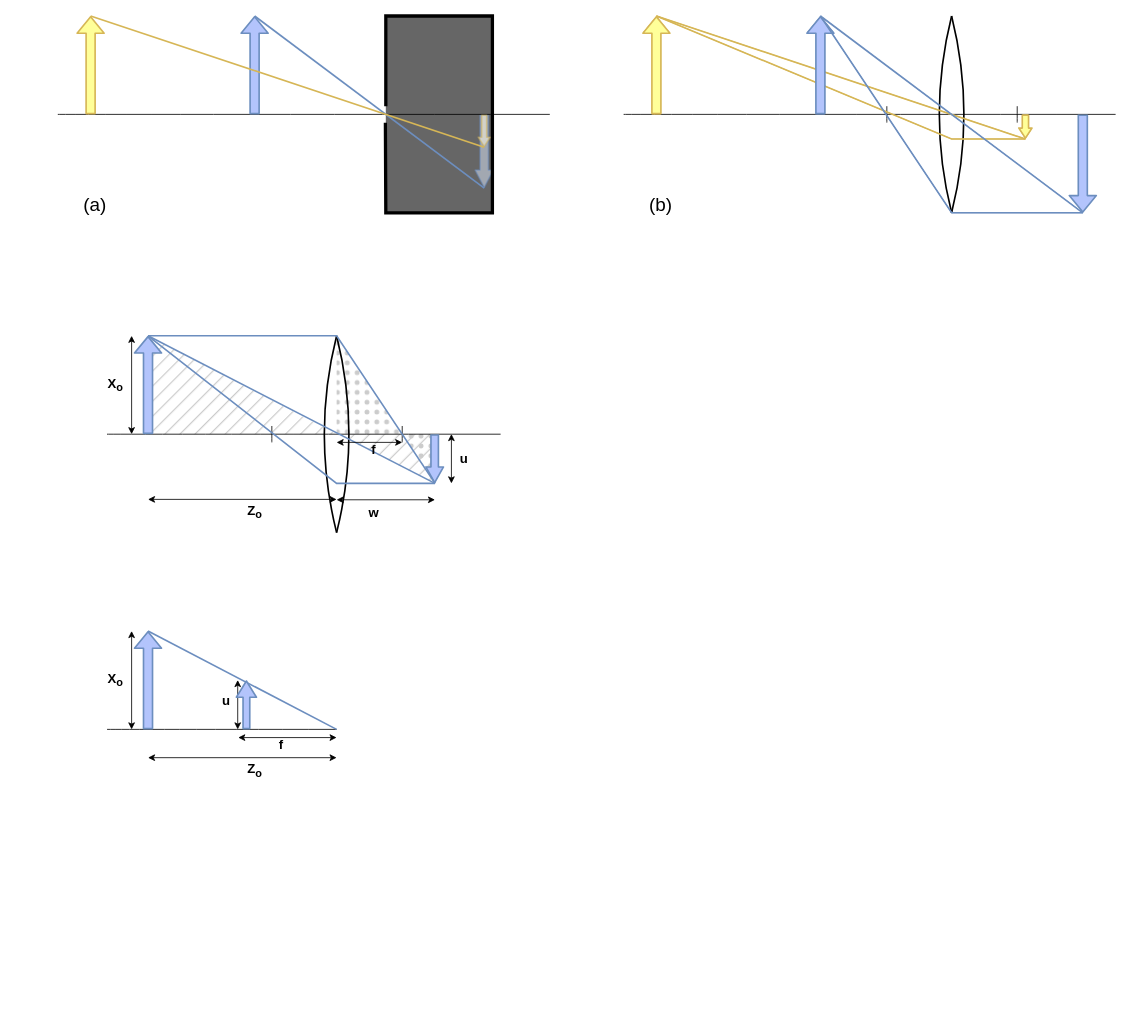
davidpagnon/These_David_Pagnon keeps this draw.io diagram as Thesis/Chap2/Figures/Chap2_2.drawio. Above is the earlier version. Source tidied: cells renumbered, new cells numbered last; positions are measured from the earlier drawing's top-left corner, leaving out a move shared by most shapes. Both pictures are drawn from the tidied source at 82%, with x=0, y=0 at pixel (57, 16).
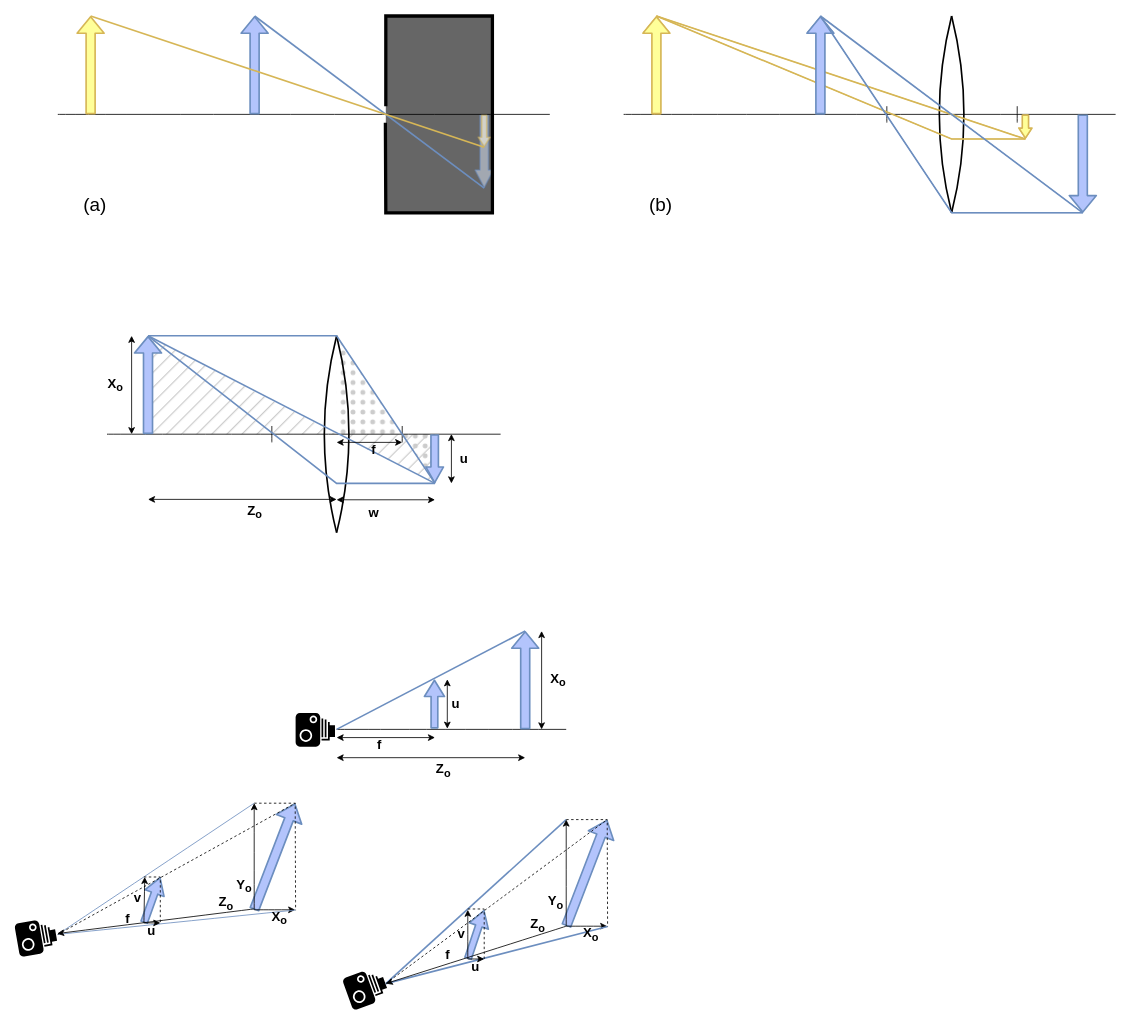
Above is the later version.

Diff of the diagram source:
```diff
@@
     <mxCell id="35" style="endArrow=none;html=1;strokeColor=#000000;curved=1;" parent="1" edge="1">
       <mxGeometry relative="1" as="geometry">
-        <mxPoint x="60" y="870" as="sourcePoint" />
-        <mxPoint x="340" y="870" as="targetPoint" />
+        <mxPoint x="340" y="870" as="sourcePoint" />
+        <mxPoint x="620" y="870" as="targetPoint" />
       </mxGeometry>
     </mxCell>
-    <mxCell id="36" style="shape=flexArrow;endArrow=classic;html=1;strokeColor=#6c8ebf;curved=1;fillColor=#B3C4FC;strokeWidth=2;" parent="1" edge="1">
-      <mxGeometry relative="1" as="geometry">
-        <mxPoint x="110" y="870" as="sourcePoint" />
-        <mxPoint x="110" y="750" as="targetPoint" />
-      </mxGeometry>
-    </mxCell>
     <mxCell id="37" style="endArrow=none;html=1;strokeColor=#6c8ebf;curved=1;fillColor=#dae8fc;shadow=0;sketch=0;strokeWidth=2;" parent="1" edge="1">
       <mxGeometry relative="1" as="geometry">
         <mxPoint x="340" y="870" as="sourcePoint" />
-        <mxPoint x="110" y="750" as="targetPoint" />
+        <mxPoint x="570" y="750" as="targetPoint" />
       </mxGeometry>
     </mxCell>
     <mxCell id="38" value="&lt;span style=&quot;font-size: 16px;&quot;&gt;&lt;font style=&quot;font-size: 16px;&quot;&gt;X&lt;/font&gt;&lt;/span&gt;&lt;sub&gt;o&lt;/sub&gt;" style="text;html=1;align=center;verticalAlign=middle;strokeColor=none;fillColor=none;fontSize=16;fontStyle=1;" parent="1" vertex="1">
-      <mxGeometry x="50" y="790" width="40" height="40" as="geometry" />
+      <mxGeometry x="590" y="790" width="40" height="40" as="geometry" />
     </mxCell>
     <mxCell id="39" value="Z&lt;sub&gt;o&lt;/sub&gt;" style="text;html=1;align=center;verticalAlign=middle;strokeColor=none;fillColor=none;fontSize=16;fontStyle=1;" parent="1" vertex="1">
-      <mxGeometry x="220" y="900" width="40" height="40" as="geometry" />
+      <mxGeometry x="450" y="900" width="40" height="40" as="geometry" />
     </mxCell>
     <mxCell id="40" value="f" style="text;html=1;align=center;verticalAlign=middle;strokeColor=none;fillColor=none;fontSize=16;fontStyle=1;" parent="1" vertex="1">
-      <mxGeometry x="257" y="874" width="30" height="30" as="geometry" />
+      <mxGeometry x="377" y="874" width="30" height="30" as="geometry" />
     </mxCell>
     <mxCell id="41" value="u" style="text;html=1;align=center;verticalAlign=middle;strokeColor=none;fillColor=none;fontSize=16;fontStyle=1;" parent="1" vertex="1">
-      <mxGeometry x="190" y="820" width="30" height="30" as="geometry" />
+      <mxGeometry x="470" y="824" width="30" height="30" as="geometry" />
     </mxCell>
     <mxCell id="42" style="endArrow=classic;startArrow=classic;html=1;rounded=0;shadow=0;sketch=0;strokeColor=#000000;strokeWidth=1;fontSize=16;fillColor=#FFFAE3;gradientColor=none;" parent="1" edge="1">
       <mxGeometry relative="1" as="geometry">
-        <mxPoint x="90" y="870" as="sourcePoint" />
-        <mxPoint x="90" y="750" as="targetPoint" />
+        <mxPoint x="590" y="870" as="sourcePoint" />
+        <mxPoint x="590" y="750" as="targetPoint" />
       </mxGeometry>
     </mxCell>
     <mxCell id="43" style="endArrow=classic;startArrow=classic;html=1;rounded=0;shadow=0;sketch=0;strokeColor=#000000;strokeWidth=1;fontSize=16;fillColor=#FFFAE3;gradientColor=none;" parent="1" edge="1">
       <mxGeometry relative="1" as="geometry">
-        <mxPoint x="219.4" y="870" as="sourcePoint" />
-        <mxPoint x="219.4" y="809.8" as="targetPoint" />
+        <mxPoint x="475" y="869.1" as="sourcePoint" />
+        <mxPoint x="475" y="808.9" as="targetPoint" />
       </mxGeometry>
     </mxCell>
     <mxCell id="44" style="endArrow=classic;startArrow=classic;html=1;rounded=0;shadow=0;sketch=0;strokeColor=#000000;strokeWidth=1;fontSize=16;fillColor=#FFFAE3;gradientColor=none;" parent="1" edge="1">
       <mxGeometry relative="1" as="geometry">
-        <mxPoint x="110" y="904.5" as="sourcePoint" />
-        <mxPoint x="340" y="904.5" as="targetPoint" />
+        <mxPoint x="340" y="904.5" as="sourcePoint" />
+        <mxPoint x="570" y="904.5" as="targetPoint" />
       </mxGeometry>
     </mxCell>
     <mxCell id="45" style="endArrow=classic;startArrow=classic;html=1;rounded=0;shadow=0;sketch=0;strokeColor=#000000;strokeWidth=1;fontSize=16;fillColor=#FFFAE3;gradientColor=none;" parent="1" edge="1">
       <mxGeometry relative="1" as="geometry">
-        <mxPoint x="220" y="880" as="sourcePoint" />
-        <mxPoint x="340" y="880" as="targetPoint" />
+        <mxPoint x="340" y="880" as="sourcePoint" />
+        <mxPoint x="460" y="880" as="targetPoint" />
       </mxGeometry>
     </mxCell>
     <mxCell id="46" style="shape=flexArrow;endArrow=classic;html=1;strokeColor=#6c8ebf;curved=1;fillColor=#B3C4FC;strokeWidth=2;width=7.2;endSize=5.932;endWidth=14.319999999999999;" parent="1" edge="1">
       <mxGeometry relative="1" as="geometry">
-        <mxPoint x="230" y="870" as="sourcePoint" />
-        <mxPoint x="230" y="810" as="targetPoint" />
+        <mxPoint x="459.3" y="869.1" as="sourcePoint" />
+        <mxPoint x="459.3" y="809.1" as="targetPoint" />
       </mxGeometry>
     </mxCell>
@@
+    <mxCell id="69" style="shape=flexArrow;endArrow=classic;html=1;strokeColor=#6c8ebf;curved=1;fillColor=#B3C4FC;strokeWidth=2;" parent="1" edge="1">
+      <mxGeometry relative="1" as="geometry">
+        <mxPoint x="570" y="870" as="sourcePoint" />
+        <mxPoint x="570" y="750" as="targetPoint" />
+      </mxGeometry>
+    </mxCell>
+    <mxCell id="70" style="shape=mxgraph.signs.tech.camera_1;html=1;fillColor=#000000;strokeColor=none;verticalLabelPosition=bottom;verticalAlign=top;align=center;rotation=-20;" parent="1" vertex="1">
+      <mxGeometry x="352" y="1165" width="48" height="41.1" as="geometry" />
+    </mxCell>
+    <mxCell id="71" style="endArrow=none;html=1;strokeColor=#6c8ebf;curved=1;fillColor=#dae8fc;shadow=0;sketch=0;strokeWidth=2;" parent="1" edge="1">
+      <mxGeometry relative="1" as="geometry">
+        <mxPoint x="400" y="1180" as="sourcePoint" />
+        <mxPoint x="620" y="980" as="targetPoint" />
+      </mxGeometry>
+    </mxCell>
+    <mxCell id="72" value="Z&lt;sub&gt;o&lt;/sub&gt;" style="text;html=1;align=center;verticalAlign=middle;strokeColor=none;fillColor=none;fontSize=16;fontStyle=1;" parent="1" vertex="1">
+      <mxGeometry x="565" y="1089" width="40" height="40" as="geometry" />
+    </mxCell>
+    <mxCell id="73" value="&lt;span style=&quot;font-size: 16px;&quot;&gt;&lt;font style=&quot;font-size: 16px;&quot;&gt;Y&lt;/font&gt;&lt;/span&gt;&lt;sub&gt;o&lt;/sub&gt;" style="text;html=1;align=center;verticalAlign=middle;strokeColor=none;fillColor=none;fontSize=16;fontStyle=1;" parent="1" vertex="1">
+      <mxGeometry x="587" y="1061" width="40" height="40" as="geometry" />
+    </mxCell>
+    <mxCell id="74" value="f" style="text;html=1;align=center;verticalAlign=middle;strokeColor=none;fillColor=none;fontSize=16;fontStyle=1;" parent="1" vertex="1">
+      <mxGeometry x="460" y="1129" width="30" height="30" as="geometry" />
+    </mxCell>
+    <mxCell id="75" value="u" style="text;html=1;align=center;verticalAlign=middle;strokeColor=none;fillColor=none;fontSize=16;fontStyle=1;" parent="1" vertex="1">
+      <mxGeometry x="494" y="1144" width="30" height="30" as="geometry" />
+    </mxCell>
+    <mxCell id="76" style="shape=flexArrow;endArrow=classic;html=1;strokeColor=#6c8ebf;curved=1;fillColor=#B3C4FC;strokeWidth=2;width=7.2;endSize=5.932;endWidth=14.319999999999999;" parent="1" edge="1">
+      <mxGeometry relative="1" as="geometry">
+        <mxPoint x="500" y="1150" as="sourcePoint" />
+        <mxPoint x="520" y="1090" as="targetPoint" />
+      </mxGeometry>
+    </mxCell>
+    <mxCell id="77" style="shape=flexArrow;endArrow=classic;html=1;strokeColor=#6c8ebf;curved=1;fillColor=#B3C4FC;strokeWidth=2;" parent="1" edge="1">
+      <mxGeometry relative="1" as="geometry">
+        <mxPoint x="620" y="1110" as="sourcePoint" />
+        <mxPoint x="670" y="980" as="targetPoint" />
+      </mxGeometry>
+    </mxCell>
+    <mxCell id="78" style="endArrow=classic;html=1;strokeColor=#000000;curved=1;" parent="1" edge="1">
+      <mxGeometry relative="1" as="geometry">
+        <mxPoint x="620" y="1110" as="sourcePoint" />
+        <mxPoint x="670" y="1110" as="targetPoint" />
+      </mxGeometry>
+    </mxCell>
+    <mxCell id="79" style="endArrow=classic;html=1;strokeColor=#000000;curved=1;" parent="1" edge="1">
+      <mxGeometry relative="1" as="geometry">
+        <mxPoint x="620" y="1110" as="sourcePoint" />
+        <mxPoint x="620" y="980" as="targetPoint" />
+      </mxGeometry>
+    </mxCell>
+    <mxCell id="80" style="endArrow=none;html=1;strokeColor=#6c8ebf;curved=1;fillColor=#dae8fc;shadow=0;sketch=0;strokeWidth=2;entryX=1.012;entryY=0.257;entryDx=0;entryDy=0;entryPerimeter=0;" parent="1" edge="1" target="83">
+      <mxGeometry relative="1" as="geometry">
+        <mxPoint x="400" y="1180" as="sourcePoint" />
+      </mxGeometry>
+    </mxCell>
+    <mxCell id="81" style="endArrow=classic;html=1;strokeColor=#000000;curved=1;" parent="1" edge="1">
+      <mxGeometry relative="1" as="geometry">
+        <mxPoint x="500" y="1150" as="sourcePoint" />
+        <mxPoint x="500" y="1090" as="targetPoint" />
+      </mxGeometry>
+    </mxCell>
+    <mxCell id="82" style="endArrow=classic;html=1;strokeColor=#000000;curved=1;" parent="1" edge="1">
+      <mxGeometry relative="1" as="geometry">
+        <mxPoint x="500" y="1150" as="sourcePoint" />
+        <mxPoint x="520" y="1150" as="targetPoint" />
+      </mxGeometry>
+    </mxCell>
+    <mxCell id="83" value="&lt;span style=&quot;font-size: 16px;&quot;&gt;&lt;font style=&quot;font-size: 16px;&quot;&gt;X&lt;/font&gt;&lt;/span&gt;&lt;sub&gt;o&lt;/sub&gt;" style="text;html=1;align=center;verticalAlign=middle;points=[];strokeColor=none;fillColor=none;fontSize=16;fontStyle=1;" parent="1" vertex="1">
+      <mxGeometry x="630" y="1100" width="40" height="40" as="geometry" />
+    </mxCell>
+    <mxCell id="84" style="endArrow=classic;html=1;strokeColor=#000000;curved=1;" parent="1" edge="1">
+      <mxGeometry relative="1" as="geometry">
+        <mxPoint x="620" y="1110" as="sourcePoint" />
+        <mxPoint x="400" y="1180" as="targetPoint" />
+      </mxGeometry>
+    </mxCell>
+    <mxCell id="85" value="v" style="text;html=1;align=center;verticalAlign=middle;strokeColor=none;fillColor=none;fontSize=16;fontStyle=1;" parent="1" vertex="1">
+      <mxGeometry x="477" y="1104" width="30" height="30" as="geometry" />
+    </mxCell>
+    <mxCell id="86" style="endArrow=none;dashed=1;html=1;rounded=0;entryX=1.012;entryY=0.264;entryDx=0;entryDy=0;entryPerimeter=0;" parent="1" edge="1" target="83">
+      <mxGeometry relative="1" as="geometry">
+        <mxPoint x="620" y="980" as="sourcePoint" />
+        <Array as="points">
+          <mxPoint x="670" y="980" />
+        </Array>
+      </mxGeometry>
+    </mxCell>
+    <mxCell id="87" style="endArrow=none;dashed=1;html=1;rounded=0;" parent="1" edge="1">
+      <mxGeometry relative="1" as="geometry">
+        <mxPoint x="500" y="1089" as="sourcePoint" />
+        <mxPoint x="520" y="1150" as="targetPoint" />
+        <Array as="points">
+          <mxPoint x="520" y="1089" />
+        </Array>
+      </mxGeometry>
+    </mxCell>
+    <mxCell id="88" style="endArrow=none;dashed=1;html=1;rounded=0;" parent="1" edge="1">
+      <mxGeometry relative="1" as="geometry">
+        <mxPoint x="400" y="1180" as="sourcePoint" />
+        <mxPoint x="670" y="980" as="targetPoint" />
+      </mxGeometry>
+    </mxCell>
+    <mxCell id="89" style="shape=mxgraph.signs.tech.camera_1;html=1;fillColor=#000000;strokeColor=none;verticalLabelPosition=bottom;verticalAlign=top;align=center;" parent="1" vertex="1">
+      <mxGeometry x="290" y="850" width="48" height="41.1" as="geometry" />
+    </mxCell>
+    <mxCell id="90" style="shape=mxgraph.signs.tech.camera_1;html=1;fillColor=#000000;strokeColor=none;verticalLabelPosition=bottom;verticalAlign=top;align=center;rotation=-10;" parent="1" vertex="1">
+      <mxGeometry x="-50" y="1102.9" width="48" height="41.1" as="geometry" />
+    </mxCell>
+    <mxCell id="91" style="endArrow=none;html=1;strokeColor=#6c8ebf;curved=1;fillColor=#dae8fc;shadow=0;sketch=0;strokeWidth=1;" parent="1" edge="1">
+      <mxGeometry relative="1" as="geometry">
+        <mxPoint y="1120" as="sourcePoint" />
+        <mxPoint x="239.5" y="960" as="targetPoint" />
+      </mxGeometry>
+    </mxCell>
+    <mxCell id="92" value="Z&lt;sub&gt;o&lt;/sub&gt;" style="text;html=1;align=center;verticalAlign=middle;strokeColor=none;fillColor=none;fontSize=16;fontStyle=1;" parent="1" vertex="1">
+      <mxGeometry x="184.5" y="1061.5" width="40" height="40" as="geometry" />
+    </mxCell>
+    <mxCell id="93" value="&lt;span style=&quot;font-size: 16px;&quot;&gt;&lt;font style=&quot;font-size: 16px;&quot;&gt;Y&lt;/font&gt;&lt;/span&gt;&lt;sub&gt;o&lt;/sub&gt;" style="text;html=1;align=center;verticalAlign=middle;strokeColor=none;fillColor=none;fontSize=16;fontStyle=1;" parent="1" vertex="1">
+      <mxGeometry x="206.5" y="1041" width="40" height="40" as="geometry" />
+    </mxCell>
+    <mxCell id="94" value="f" style="text;html=1;align=center;verticalAlign=middle;strokeColor=none;fillColor=none;fontSize=16;fontStyle=1;" parent="1" vertex="1">
+      <mxGeometry x="70" y="1085" width="30" height="30" as="geometry" />
+    </mxCell>
+    <mxCell id="95" value="u" style="text;html=1;align=center;verticalAlign=middle;strokeColor=none;fillColor=none;fontSize=16;fontStyle=1;" parent="1" vertex="1">
+      <mxGeometry x="99" y="1100" width="30" height="30" as="geometry" />
+    </mxCell>
+    <mxCell id="96" style="shape=flexArrow;endArrow=classic;html=1;strokeColor=#6c8ebf;curved=1;fillColor=#B3C4FC;strokeWidth=2;width=7.2;endSize=5.932;endWidth=14.319999999999999;" parent="1" edge="1">
+      <mxGeometry relative="1" as="geometry">
+        <mxPoint x="105" y="1106" as="sourcePoint" />
+        <mxPoint x="125" y="1050" as="targetPoint" />
+      </mxGeometry>
+    </mxCell>
+    <mxCell id="97" style="shape=flexArrow;endArrow=classic;html=1;strokeColor=#6c8ebf;curved=1;fillColor=#B3C4FC;strokeWidth=2;" parent="1" edge="1">
+      <mxGeometry relative="1" as="geometry">
+        <mxPoint x="239.5" y="1090" as="sourcePoint" />
+        <mxPoint x="289.5" y="960" as="targetPoint" />
+      </mxGeometry>
+    </mxCell>
+    <mxCell id="98" style="endArrow=classic;html=1;strokeColor=#000000;curved=1;" parent="1" edge="1">
+      <mxGeometry relative="1" as="geometry">
+        <mxPoint x="239.5" y="1090" as="sourcePoint" />
+        <mxPoint x="289.5" y="1090" as="targetPoint" />
+      </mxGeometry>
+    </mxCell>
+    <mxCell id="99" style="endArrow=classic;html=1;strokeColor=#000000;curved=1;" parent="1" edge="1">
+      <mxGeometry relative="1" as="geometry">
+        <mxPoint x="239.5" y="1090" as="sourcePoint" />
+        <mxPoint x="239.5" y="960" as="targetPoint" />
+      </mxGeometry>
+    </mxCell>
+    <mxCell id="100" style="endArrow=none;html=1;strokeColor=#6c8ebf;curved=1;fillColor=#dae8fc;shadow=0;sketch=0;strokeWidth=1;entryX=1.012;entryY=0.257;entryDx=0;entryDy=0;entryPerimeter=0;" parent="1" edge="1" target="103">
+      <mxGeometry relative="1" as="geometry">
+        <mxPoint y="1120" as="sourcePoint" />
+      </mxGeometry>
+    </mxCell>
+    <mxCell id="101" style="endArrow=classic;html=1;strokeColor=#000000;curved=1;" parent="1" edge="1">
+      <mxGeometry relative="1" as="geometry">
+        <mxPoint x="105" y="1106" as="sourcePoint" />
+        <mxPoint x="106" y="1050" as="targetPoint" />
+      </mxGeometry>
+    </mxCell>
+    <mxCell id="102" style="endArrow=classic;html=1;strokeColor=#000000;curved=1;" parent="1" edge="1">
+      <mxGeometry relative="1" as="geometry">
+        <mxPoint x="105" y="1106" as="sourcePoint" />
+        <mxPoint x="125" y="1106" as="targetPoint" />
+      </mxGeometry>
+    </mxCell>
+    <mxCell id="103" value="&lt;span style=&quot;font-size: 16px;&quot;&gt;&lt;font style=&quot;font-size: 16px;&quot;&gt;X&lt;/font&gt;&lt;/span&gt;&lt;sub&gt;o&lt;/sub&gt;" style="text;html=1;align=center;verticalAlign=middle;points=[];strokeColor=none;fillColor=none;fontSize=16;fontStyle=1;" parent="1" vertex="1">
+      <mxGeometry x="249.5" y="1080" width="40" height="40" as="geometry" />
+    </mxCell>
+    <mxCell id="104" style="endArrow=classic;html=1;strokeColor=#000000;curved=1;" parent="1" edge="1">
+      <mxGeometry relative="1" as="geometry">
+        <mxPoint x="238.8" y="1089" as="sourcePoint" />
+        <mxPoint x="-0.8" y="1119" as="targetPoint" />
+      </mxGeometry>
+    </mxCell>
+    <mxCell id="105" value="v" style="text;html=1;align=center;verticalAlign=middle;strokeColor=none;fillColor=none;fontSize=16;fontStyle=1;" parent="1" vertex="1">
+      <mxGeometry x="82" y="1060" width="30" height="30" as="geometry" />
+    </mxCell>
+    <mxCell id="106" style="endArrow=none;dashed=1;html=1;rounded=0;entryX=1.012;entryY=0.264;entryDx=0;entryDy=0;entryPerimeter=0;" parent="1" edge="1" target="103">
+      <mxGeometry relative="1" as="geometry">
+        <mxPoint x="239.5" y="960" as="sourcePoint" />
+        <Array as="points">
+          <mxPoint x="289.5" y="960" />
+        </Array>
+      </mxGeometry>
+    </mxCell>
+    <mxCell id="107" style="endArrow=none;dashed=1;html=1;rounded=0;" parent="1" edge="1">
+      <mxGeometry relative="1" as="geometry">
+        <mxPoint x="105" y="1050" as="sourcePoint" />
+        <mxPoint x="125" y="1106" as="targetPoint" />
+        <Array as="points">
+          <mxPoint x="125" y="1050" />
+        </Array>
+      </mxGeometry>
+    </mxCell>
+    <mxCell id="108" style="endArrow=none;dashed=1;html=1;rounded=0;" parent="1" edge="1">
+      <mxGeometry relative="1" as="geometry">
+        <mxPoint y="1120" as="sourcePoint" />
+        <mxPoint x="289.5" y="960" as="targetPoint" />
+      </mxGeometry>
+    </mxCell>
```
